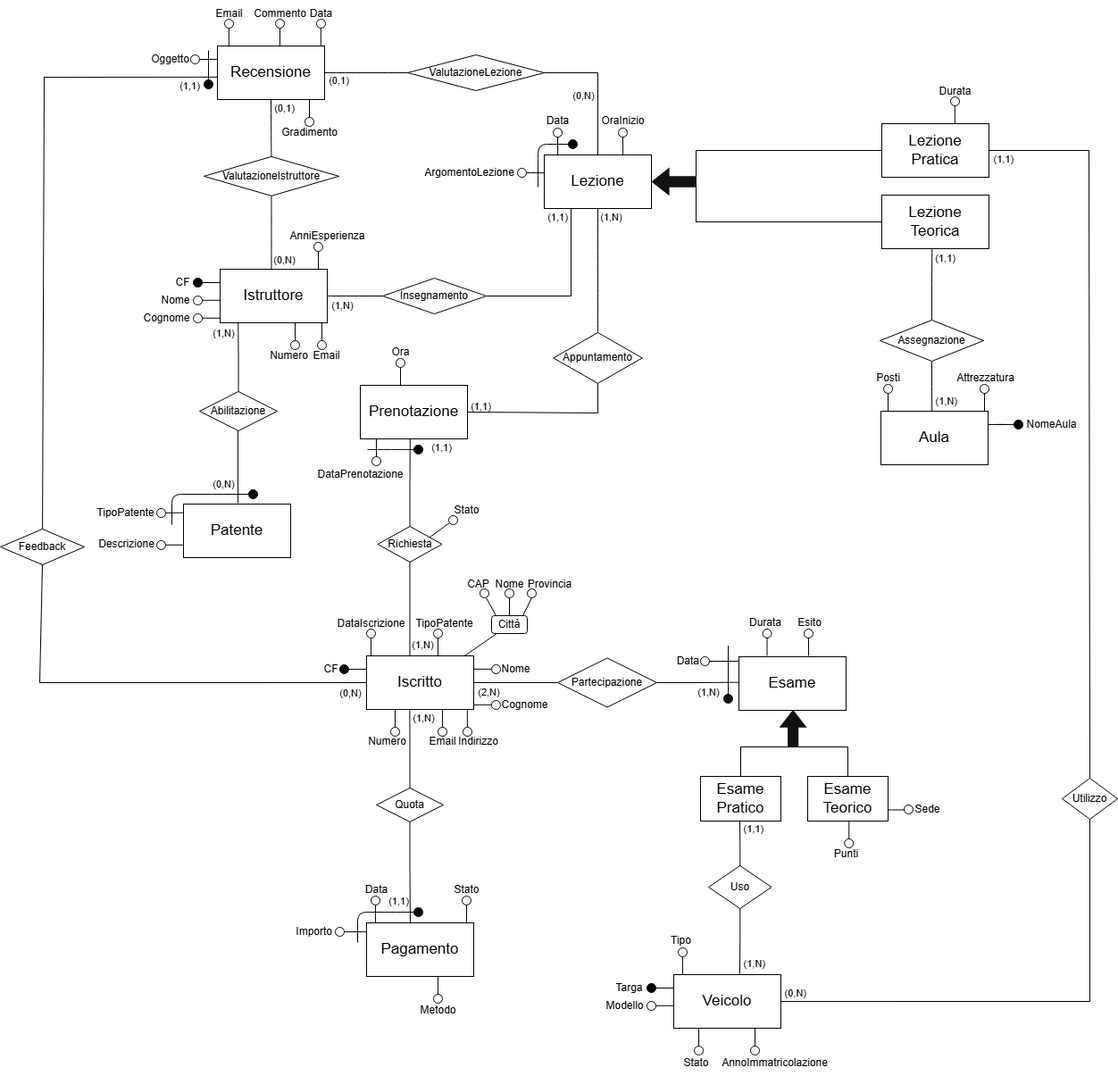
Earlier version of the draw.io export img/ER_ScuolaGuida.drawio.png (Andrea-Difino/db_scuola_guida). Source tidied: cells renumbered, new cells last; positions are measured from the earlier drawing's top-left corner, leaving out a move shared by most shapes.
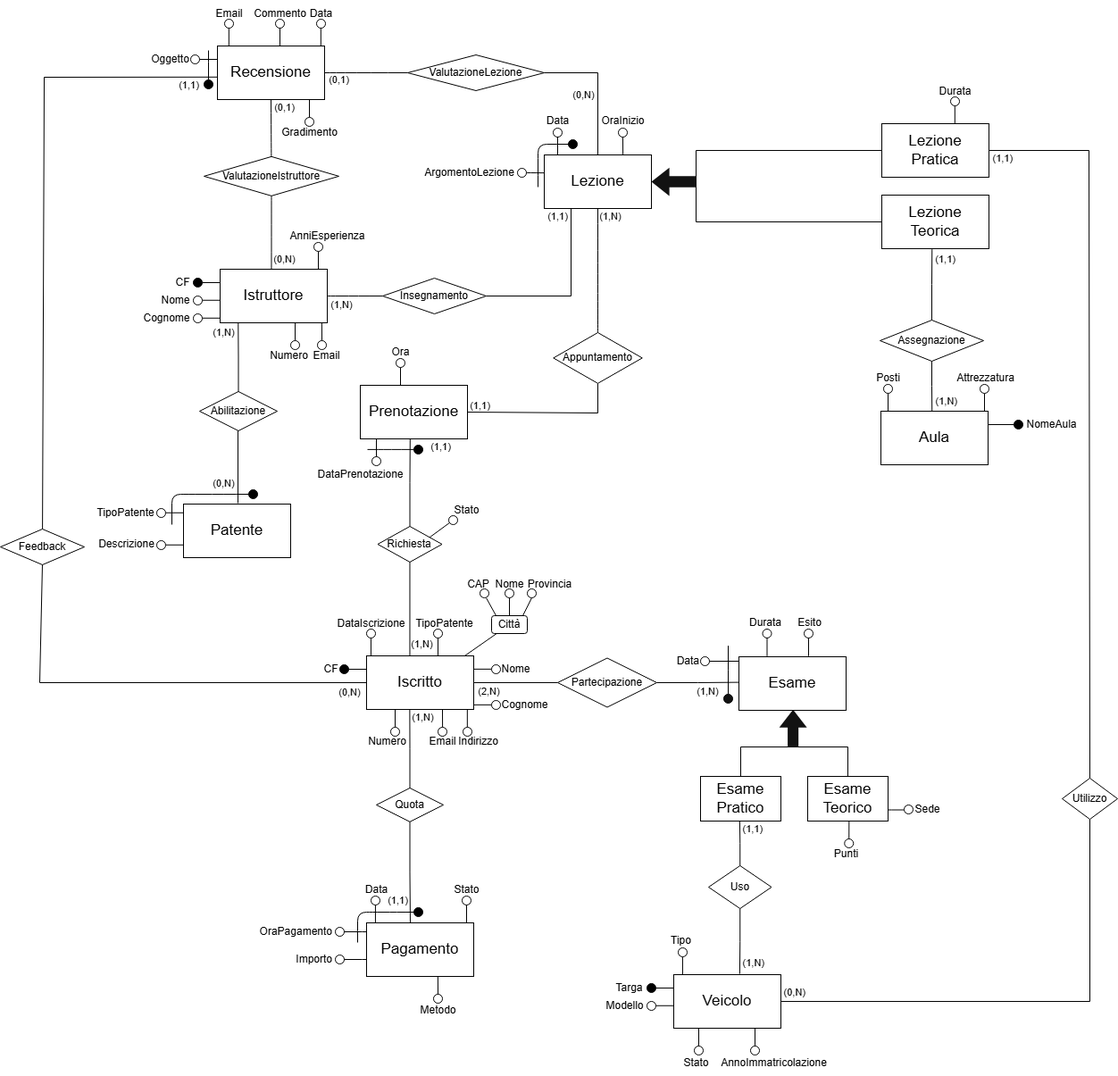
Above is the later version.

Commit message:
modificato per l'implementazione di OraPagamento

Diff of the diagram source:
```diff
@@ -329,8 +329,8 @@
         </Array>
       </mxGeometry>
     </mxCell>
-    <mxCell id="84" value="&lt;font style=&quot;color: light-dark(rgb(0, 0, 0), rgb(0, 0, 0));&quot;&gt;Importo&lt;/font&gt;" style="text;html=1;align=right;verticalAlign=middle;points=[];strokeColor=none;fillColor=none;fontFamily=Helvetica;fontSize=12;fontColor=default;" parent="1" vertex="1">
-      <mxGeometry x="313" y="1028" width="60" height="30" as="geometry" />
+    <mxCell id="84" value="&lt;font style=&quot;color: light-dark(rgb(0, 0, 0), rgb(0, 0, 0));&quot;&gt;OraPagamento&lt;/font&gt;" style="text;html=1;align=right;verticalAlign=middle;points=[];strokeColor=none;fillColor=none;fontFamily=Helvetica;fontSize=12;fontColor=default;" parent="1" vertex="1">
+      <mxGeometry x="274" y="1030" width="99" height="26" as="geometry" />
     </mxCell>
     <mxCell id="85" style="edgeStyle=orthogonalEdgeStyle;rounded=0;jettySize=auto;html=1;entryX=0;entryY=0.168;entryDx=0;entryDy=0;entryPerimeter=0;strokeColor=light-dark(#000000,#000000);endArrow=none;startFill=0;" parent="1" edge="1" source="74" target="70">
       <mxGeometry relative="1" as="geometry" />
@@ -951,5 +951,16 @@
     <mxCell id="242" value="Descrizione" style="text;html=1;align=center;verticalAlign=middle;strokeColor=none;fillColor=none;fontFamily=Helvetica;fontSize=12;fontColor=light-dark(#000000,#000000);" parent="1" vertex="1">
       <mxGeometry x="100" y="596" width="81" height="26" as="geometry" />
     </mxCell>
+    <mxCell id="243" style="ellipse;whiteSpace=wrap;html=1;rounded=0;strokeColor=light-dark(#000000,#000000);align=center;verticalAlign=middle;fontFamily=Helvetica;fontSize=12;fontColor=light-dark(#000000,#000000);fillColor=light-dark(#000000,#FFFFFF);" parent="1" vertex="1">
+      <mxGeometry x="375" y="1069" width="10" height="10" as="geometry" />
+    </mxCell>
+    <mxCell id="244" value="&lt;font style=&quot;color: light-dark(rgb(0, 0, 0), rgb(0, 0, 0));&quot;&gt;Importo&lt;/font&gt;" style="text;html=1;align=right;verticalAlign=middle;strokeColor=none;fillColor=none;fontFamily=Helvetica;fontSize=12;fontColor=default;" parent="1" vertex="1">
+      <mxGeometry x="314" y="1061" width="59" height="26" as="geometry" />
+    </mxCell>
+    <mxCell id="245" style="edgeStyle=orthogonalEdgeStyle;rounded=0;jettySize=auto;html=1;entryX=0;entryY=0.168;entryDx=0;entryDy=0;entryPerimeter=0;strokeColor=light-dark(#000000,#000000);endArrow=none;startFill=0;" parent="1" edge="1" source="243">
+      <mxGeometry relative="1" as="geometry">
+        <mxPoint x="410" y="1074" as="targetPoint" />
+      </mxGeometry>
+    </mxCell>
   </root>
 </mxGraphModel>
```
